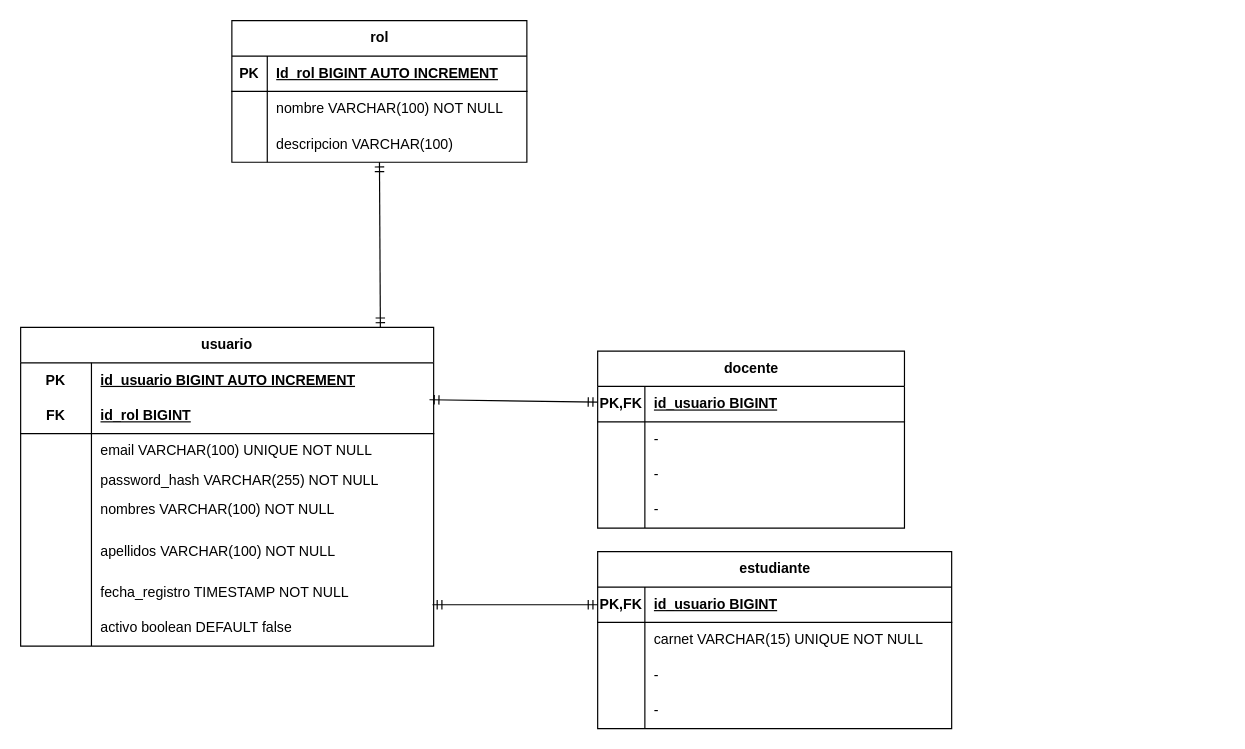
piti-codenbugs/sgea-db keeps this draw.io diagram as diagramas/logico/drawio/diagrama_logico.drawio. Above is the earlier version. Source tidied: cells renumbered, new cells numbered last; positions are measured from the earlier drawing's top-left corner, leaving out a move shared by most shapes. Both pictures are drawn from the tidied source at 118%, with x=0, y=0 at pixel (20, 20).
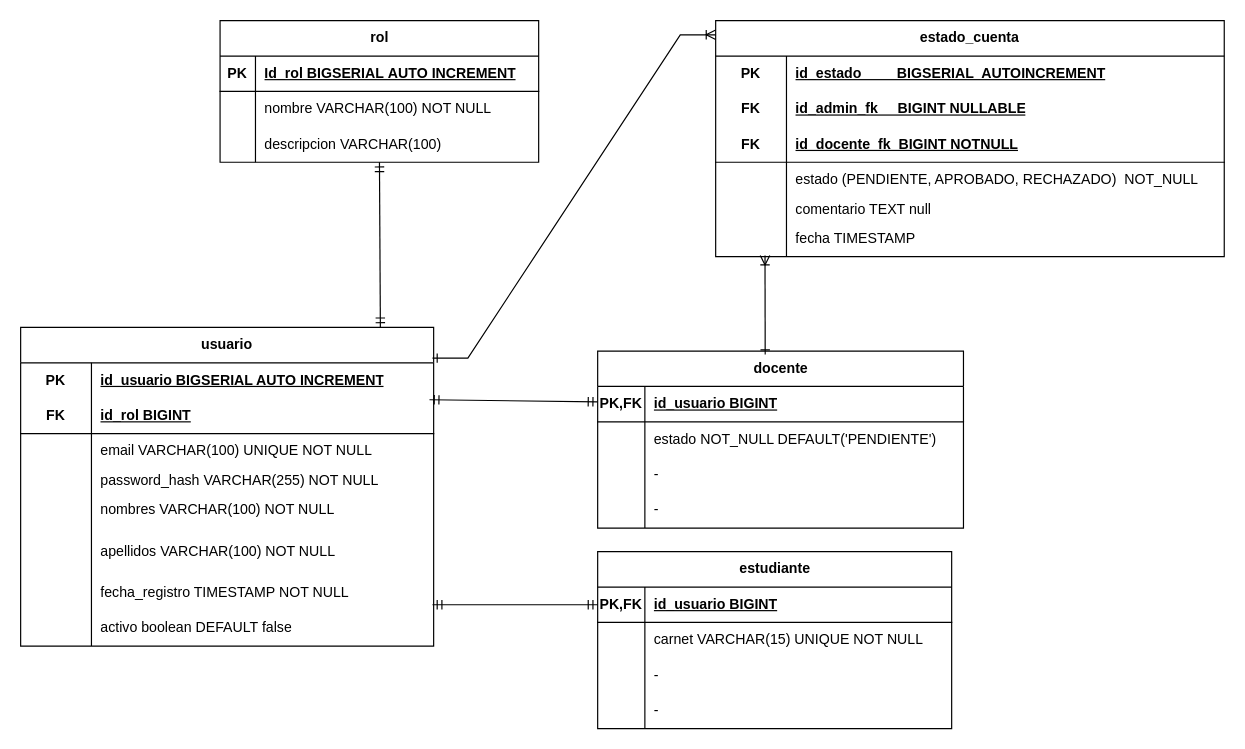
The same diagram, later.

The change refers to these unchanged cells:
```xml
<mxCell id="3" style="shape=tableRow;horizontal=0;startSize=0;swimlaneHead=0;swimlaneBody=0;fillColor=none;top=0;left=0;right=0;bottom=0;html=1;" parent="2" vertex="1">
  <mxGeometry y="30" width="350" height="30" as="geometry" />
</mxCell>
```

Change to the diagram source:
```diff
@@
-    <mxCell id="5" value="id_usuario BIGINT AUTO INCREMENT" style="shape=partialRectangle;fillColor=none;top=0;left=0;bottom=0;right=0;align=left;spacingLeft=6;fontStyle=5;overflow=hidden;html=1;whiteSpace=wrap;" parent="3" vertex="1">
+    <mxCell id="5" value="id_usuario BIGSERIAL AUTO INCREMENT" style="shape=partialRectangle;fillColor=none;top=0;left=0;bottom=0;right=0;align=left;spacingLeft=6;fontStyle=5;overflow=hidden;html=1;whiteSpace=wrap;" parent="3" vertex="1">
       <mxGeometry x="60" width="290" height="30" as="geometry" />
     </mxCell>
@@
     <mxCell id="27" value="rol" style="shape=table;startSize=30;childLayout=tableLayout;rowLines=0;fontStyle=1;align=center;html=1;" parent="1" vertex="1">
-      <mxGeometry x="179" width="250" height="120" as="geometry" />
+      <mxGeometry x="169" width="270" height="120" as="geometry" />
     </mxCell>
     <mxCell id="28" style="shape=tableRow;horizontal=0;startSize=0;swimlaneHead=0;swimlaneBody=0;fillColor=none;top=0;left=0;right=0;bottom=1;" parent="27" vertex="1">
-      <mxGeometry y="30" width="250" height="30" as="geometry" />
+      <mxGeometry y="30" width="270" height="30" as="geometry" />
     </mxCell>
@@
-    <mxCell id="30" value="Id_rol BIGINT AUTO INCREMENT" style="shape=partialRectangle;fillColor=none;top=0;left=0;bottom=0;right=0;align=left;spacingLeft=6;fontStyle=5;overflow=hidden;whiteSpace=wrap;html=1;" parent="28" vertex="1">
-      <mxGeometry x="30" width="220" height="30" as="geometry" />
+    <mxCell id="30" value="Id_rol BIGSERIAL&amp;nbsp;AUTO INCREMENT" style="shape=partialRectangle;fillColor=none;top=0;left=0;bottom=0;right=0;align=left;spacingLeft=6;fontStyle=5;overflow=hidden;whiteSpace=wrap;html=1;" parent="28" vertex="1">
+      <mxGeometry x="30" width="240" height="30" as="geometry" />
     </mxCell>
     <mxCell id="31" style="shape=tableRow;horizontal=0;startSize=0;swimlaneHead=0;swimlaneBody=0;fillColor=none;top=0;left=0;right=0;bottom=0;" parent="27" vertex="1">
-      <mxGeometry y="60" width="250" height="30" as="geometry" />
+      <mxGeometry y="60" width="270" height="30" as="geometry" />
     </mxCell>
@@
     <mxCell id="33" value="nombre&amp;nbsp;VARCHAR(100) NOT NULL" style="shape=partialRectangle;fillColor=none;top=0;left=0;bottom=0;right=0;align=left;spacingLeft=6;overflow=hidden;whiteSpace=wrap;html=1;" parent="31" vertex="1">
-      <mxGeometry x="30" width="220" height="30" as="geometry" />
+      <mxGeometry x="30" width="240" height="30" as="geometry" />
     </mxCell>
     <mxCell id="34" style="shape=tableRow;horizontal=0;startSize=0;swimlaneHead=0;swimlaneBody=0;fillColor=none;points=[[0,0.5],[1,0.5]];portConstraint=eastwest;top=0;left=0;right=0;bottom=0;" parent="27" vertex="1">
-      <mxGeometry y="90" width="250" height="30" as="geometry" />
+      <mxGeometry y="90" width="270" height="30" as="geometry" />
     </mxCell>
@@
     <mxCell id="36" value="descripcion&amp;nbsp;VARCHAR(100)" style="shape=partialRectangle;fillColor=none;top=0;left=0;bottom=0;right=0;align=left;spacingLeft=6;overflow=hidden;whiteSpace=wrap;html=1;" parent="34" vertex="1">
-      <mxGeometry x="30" width="220" height="30" as="geometry" />
+      <mxGeometry x="30" width="240" height="30" as="geometry" />
     </mxCell>
@@
     <mxCell id="40" value="docente" style="shape=table;startSize=30;childLayout=tableLayout;rowLines=0;fontStyle=1;align=center;html=1;" parent="1" vertex="1">
-      <mxGeometry x="489" y="280" width="260" height="150" as="geometry" />
+      <mxGeometry x="489" y="280" width="310" height="150" as="geometry" />
     </mxCell>
     <mxCell id="41" style="shape=tableRow;horizontal=0;startSize=0;swimlaneHead=0;swimlaneBody=0;fillColor=none;points=[[0,0.5],[1,0.5]];portConstraint=eastwest;top=0;left=0;right=0;bottom=1;" parent="40" vertex="1">
-      <mxGeometry y="30" width="260" height="30" as="geometry" />
+      <mxGeometry y="30" width="310" height="30" as="geometry" />
     </mxCell>
@@
     <mxCell id="43" value="id_usuario BIGINT" style="shape=partialRectangle;fillColor=none;top=0;left=0;bottom=0;right=0;align=left;spacingLeft=6;fontStyle=5;overflow=hidden;whiteSpace=wrap;html=1;" parent="41" vertex="1">
-      <mxGeometry x="40" width="220" height="30" as="geometry" />
+      <mxGeometry x="40" width="270" height="30" as="geometry" />
     </mxCell>
     <mxCell id="44" style="shape=tableRow;horizontal=0;startSize=0;swimlaneHead=0;swimlaneBody=0;fillColor=none;top=0;left=0;right=0;bottom=0;" parent="40" vertex="1">
-      <mxGeometry y="60" width="260" height="30" as="geometry" />
+      <mxGeometry y="60" width="310" height="30" as="geometry" />
     </mxCell>
@@
-    <mxCell id="46" value="-" style="shape=partialRectangle;fillColor=none;top=0;left=0;bottom=0;right=0;align=left;spacingLeft=6;overflow=hidden;whiteSpace=wrap;html=1;" parent="44" vertex="1">
-      <mxGeometry x="40" width="220" height="30" as="geometry" />
+    <mxCell id="46" value="estado NOT_NULL DEFAULT('PENDIENTE')" style="shape=partialRectangle;fillColor=none;top=0;left=0;bottom=0;right=0;align=left;spacingLeft=6;overflow=hidden;whiteSpace=wrap;html=1;" parent="44" vertex="1">
+      <mxGeometry x="40" width="270" height="30" as="geometry" />
     </mxCell>
     <mxCell id="47" style="shape=tableRow;horizontal=0;startSize=0;swimlaneHead=0;swimlaneBody=0;fillColor=none;top=0;left=0;right=0;bottom=0;" parent="40" vertex="1">
-      <mxGeometry y="90" width="260" height="30" as="geometry" />
+      <mxGeometry y="90" width="310" height="30" as="geometry" />
     </mxCell>
@@
     <mxCell id="49" value="-" style="shape=partialRectangle;fillColor=none;top=0;left=0;bottom=0;right=0;align=left;spacingLeft=6;overflow=hidden;whiteSpace=wrap;html=1;" parent="47" vertex="1">
-      <mxGeometry x="40" width="220" height="30" as="geometry" />
+      <mxGeometry x="40" width="270" height="30" as="geometry" />
     </mxCell>
     <mxCell id="50" style="shape=tableRow;horizontal=0;startSize=0;swimlaneHead=0;swimlaneBody=0;fillColor=none;top=0;left=0;right=0;bottom=0;" parent="40" vertex="1">
-      <mxGeometry y="120" width="260" height="30" as="geometry" />
+      <mxGeometry y="120" width="310" height="30" as="geometry" />
     </mxCell>
@@
     <mxCell id="52" value="-" style="shape=partialRectangle;fillColor=none;top=0;left=0;bottom=0;right=0;align=left;spacingLeft=6;overflow=hidden;whiteSpace=wrap;html=1;" parent="50" vertex="1">
-      <mxGeometry x="40" width="220" height="30" as="geometry" />
+      <mxGeometry x="40" width="270" height="30" as="geometry" />
     </mxCell>
@@
+    <mxCell id="66" value="estado_cuenta" style="shape=table;startSize=30;childLayout=tableLayout;rowLines=0;fontStyle=1;align=center;html=1;whiteSpace=wrap;" parent="1" vertex="1">
+      <mxGeometry x="589" width="431" height="200" as="geometry" />
+    </mxCell>
+    <mxCell id="67" style="shape=tableRow;horizontal=0;startSize=0;swimlaneHead=0;swimlaneBody=0;fillColor=none;top=0;left=0;right=0;bottom=0;html=1;" parent="66" vertex="1">
+      <mxGeometry y="30" width="431" height="30" as="geometry" />
+    </mxCell>
+    <mxCell id="68" value="PK" style="shape=partialRectangle;fillColor=none;top=0;left=0;bottom=0;right=0;fontStyle=1;overflow=hidden;html=1;whiteSpace=wrap;" parent="67" vertex="1">
+      <mxGeometry width="60" height="30" as="geometry" />
+    </mxCell>
+    <mxCell id="69" value="id_estado&amp;nbsp; &amp;nbsp; &amp;nbsp; &amp;nbsp; &amp;nbsp;BIGSERIAL&amp;nbsp; AUTOINCREMENT" style="shape=partialRectangle;fillColor=none;top=0;left=0;bottom=0;right=0;align=left;spacingLeft=6;fontStyle=5;overflow=hidden;html=1;whiteSpace=wrap;" parent="67" vertex="1">
+      <mxGeometry x="60" width="371" height="30" as="geometry" />
+    </mxCell>
+    <mxCell id="70" style="shape=tableRow;horizontal=0;startSize=0;swimlaneHead=0;swimlaneBody=0;fillColor=none;top=0;left=0;right=0;bottom=0;html=1;" parent="66" vertex="1">
+      <mxGeometry y="60" width="431" height="30" as="geometry" />
+    </mxCell>
+    <mxCell id="71" value="FK" style="shape=partialRectangle;fillColor=none;top=0;left=0;bottom=0;right=0;fontStyle=1;overflow=hidden;html=1;whiteSpace=wrap;" parent="70" vertex="1">
+      <mxGeometry width="60" height="30" as="geometry" />
+    </mxCell>
+    <mxCell id="72" value="id_admin_fk&amp;nbsp; &amp;nbsp; &amp;nbsp;BIGINT NULLABLE" style="shape=partialRectangle;fillColor=none;top=0;left=0;bottom=0;right=0;align=left;spacingLeft=6;fontStyle=5;overflow=hidden;html=1;whiteSpace=wrap;" parent="70" vertex="1">
+      <mxGeometry x="60" width="371" height="30" as="geometry" />
+    </mxCell>
+    <mxCell id="73" style="shape=tableRow;horizontal=0;startSize=0;swimlaneHead=0;swimlaneBody=0;fillColor=none;top=0;left=0;right=0;bottom=1;html=1;" parent="66" vertex="1">
+      <mxGeometry y="90" width="431" height="30" as="geometry" />
+    </mxCell>
+    <mxCell id="74" value="FK" style="shape=partialRectangle;fillColor=none;top=0;left=0;bottom=0;right=0;fontStyle=1;overflow=hidden;html=1;whiteSpace=wrap;" parent="73" vertex="1">
+      <mxGeometry width="60" height="30" as="geometry" />
+    </mxCell>
+    <mxCell id="75" value="id_docente_fk&amp;nbsp; BIGINT NOTNULL" style="shape=partialRectangle;fillColor=none;top=0;left=0;bottom=0;right=0;align=left;spacingLeft=6;fontStyle=5;overflow=hidden;html=1;whiteSpace=wrap;" parent="73" vertex="1">
+      <mxGeometry x="60" width="371" height="30" as="geometry" />
+    </mxCell>
+    <mxCell id="76" style="shape=tableRow;horizontal=0;startSize=0;swimlaneHead=0;swimlaneBody=0;fillColor=none;top=0;left=0;right=0;bottom=0;html=1;" parent="66" vertex="1">
+      <mxGeometry y="120" width="431" height="30" as="geometry" />
+    </mxCell>
+    <mxCell id="77" style="shape=partialRectangle;fillColor=none;top=0;left=0;bottom=0;right=0;overflow=hidden;html=1;whiteSpace=wrap;" parent="76" vertex="1">
+      <mxGeometry width="60" height="30" as="geometry" />
+    </mxCell>
+    <mxCell id="78" value="estado (PENDIENTE, APROBADO, RECHAZADO)&amp;nbsp; NOT_NULL" style="shape=partialRectangle;fillColor=none;top=0;left=0;bottom=0;right=0;align=left;spacingLeft=6;overflow=hidden;html=1;whiteSpace=wrap;" parent="76" vertex="1">
+      <mxGeometry x="60" width="371" height="30" as="geometry" />
+    </mxCell>
+    <mxCell id="79" style="shape=tableRow;horizontal=0;startSize=0;swimlaneHead=0;swimlaneBody=0;fillColor=none;top=0;left=0;right=0;bottom=0;html=1;" parent="66" vertex="1">
+      <mxGeometry y="150" width="431" height="20" as="geometry" />
+    </mxCell>
+    <mxCell id="80" style="shape=partialRectangle;fillColor=none;top=0;left=0;bottom=0;right=0;overflow=hidden;html=1;whiteSpace=wrap;" parent="79" vertex="1">
+      <mxGeometry width="60" height="20" as="geometry" />
+    </mxCell>
+    <mxCell id="81" value="comentario TEXT null" style="shape=partialRectangle;fillColor=none;top=0;left=0;bottom=0;right=0;align=left;spacingLeft=6;overflow=hidden;html=1;whiteSpace=wrap;" parent="79" vertex="1">
+      <mxGeometry x="60" width="371" height="20" as="geometry" />
+    </mxCell>
+    <mxCell id="82" style="shape=tableRow;horizontal=0;startSize=0;swimlaneHead=0;swimlaneBody=0;fillColor=none;points=[[0,0.5],[1,0.5]];portConstraint=eastwest;top=0;left=0;right=0;bottom=0;html=1;" parent="66" vertex="1">
+      <mxGeometry y="170" width="431" height="30" as="geometry" />
+    </mxCell>
+    <mxCell id="83" style="shape=partialRectangle;fillColor=none;top=0;left=0;bottom=0;right=0;overflow=hidden;html=1;whiteSpace=wrap;" parent="82" vertex="1">
+      <mxGeometry width="60" height="30" as="geometry" />
+    </mxCell>
+    <mxCell id="84" value="fecha TIMESTAMP" style="shape=partialRectangle;fillColor=none;top=0;left=0;bottom=0;right=0;align=left;spacingLeft=6;overflow=hidden;html=1;whiteSpace=wrap;" parent="82" vertex="1">
+      <mxGeometry x="60" width="371" height="30" as="geometry" />
+    </mxCell>
+    <mxCell id="85" style="fontSize=12;html=1;endArrow=ERoneToMany;rounded=0;entryX=0.097;entryY=0.967;entryDx=0;entryDy=0;exitX=0.458;exitY=0.02;exitDx=0;exitDy=0;startArrow=ERone;startFill=0;entryPerimeter=0;exitPerimeter=0;" parent="1" edge="1" source="40" target="82">
+      <mxGeometry relative="1" as="geometry" />
+    </mxCell>
+    <mxCell id="86" style="edgeStyle=entityRelationEdgeStyle;fontSize=12;html=1;endArrow=ERoneToMany;rounded=0;entryX=0;entryY=0.06;entryDx=0;entryDy=0;startArrow=ERone;startFill=0;entryPerimeter=0;" parent="1" edge="1" target="66">
+      <mxGeometry relative="1" as="geometry">
+        <mxPoint x="349" y="286" as="sourcePoint" />
+      </mxGeometry>
+    </mxCell>
```
